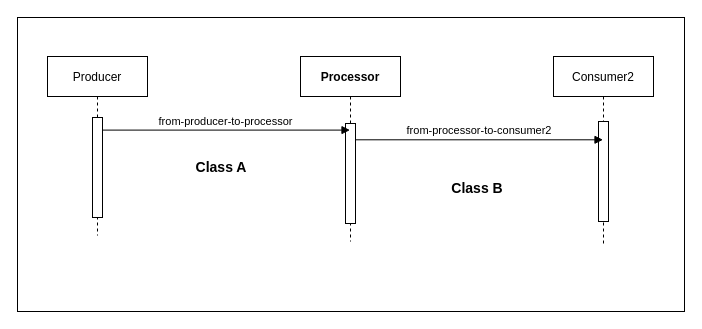
Earlier version of the draw.io diagram Sequence_Diagram.drawio (freedev/quarkus-smallrye-reactive-messaging-example). Source tidied: cells renumbered, new cells numbered last; positions are measured from the earlier drawing's top-left corner, leaving out a move shared by most shapes. Both pictures are drawn from the tidied source at 100%, with x=0, y=0 at pixel (17, 17).
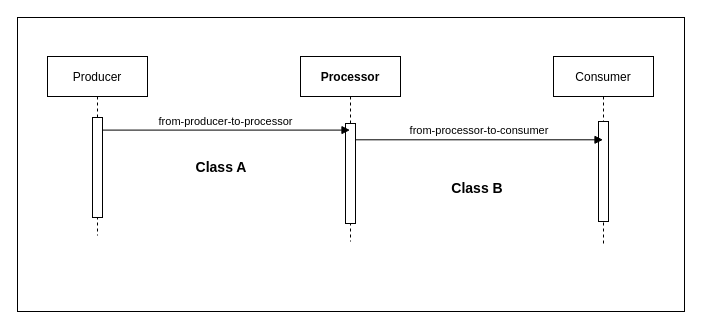
The same page after the edit.

What changed in the source:
```diff
@@
 <mxGraphModel>
   <root>
     <mxCell id="0" />
     <mxCell id="1" parent="0" />
     <mxCell id="2" style="rounded=0;whiteSpace=wrap;html=1;" parent="1" vertex="1">
       <mxGeometry width="667" height="294" as="geometry" />
     </mxCell>
     <mxCell id="3" value="Producer" style="shape=umlLifeline;perimeter=lifelinePerimeter;rounded=0;shadow=0;strokeWidth=1;fontColor=#000000;fillColor=#FFFFFF;strokeColor=#000000;" parent="1" vertex="1">
       <mxGeometry x="30" y="39" width="100" height="179" as="geometry" />
     </mxCell>
     <mxCell id="4" style="points=[];perimeter=orthogonalPerimeter;rounded=0;shadow=0;strokeWidth=1;" parent="3" vertex="1">
       <mxGeometry x="45" y="61" width="10" height="100" as="geometry" />
     </mxCell>
     <mxCell id="5" value="Processor" style="shape=umlLifeline;perimeter=lifelinePerimeter;rounded=0;shadow=0;strokeWidth=1;fontStyle=1;" parent="1" vertex="1">
       <mxGeometry x="283" y="39" width="100" height="185" as="geometry" />
     </mxCell>
     <mxCell id="6" style="points=[];perimeter=orthogonalPerimeter;rounded=0;shadow=0;strokeWidth=1;" parent="5" vertex="1">
       <mxGeometry x="45" y="67" width="10" height="100" as="geometry" />
     </mxCell>
-    <mxCell id="7" value="Consumer2" style="shape=umlLifeline;perimeter=lifelinePerimeter;rounded=0;shadow=0;strokeWidth=1;fontColor=#000000;fillColor=#FFFFFF;strokeColor=#000000;" parent="1" vertex="1">
+    <mxCell id="7" value="Consumer" style="shape=umlLifeline;perimeter=lifelinePerimeter;rounded=0;shadow=0;strokeWidth=1;fontColor=#000000;fillColor=#FFFFFF;strokeColor=#000000;" parent="1" vertex="1">
       <mxGeometry x="536" y="39" width="100" height="190" as="geometry" />
     </mxCell>
     <mxCell id="8" style="perimeter=orthogonalPerimeter;rounded=0;shadow=0;strokeWidth=1;" parent="7" vertex="1">
       <mxGeometry x="45" y="65" width="10" height="100" as="geometry" />
     </mxCell>
-    <mxCell id="9" value="from-processor-to-consumer2" style="verticalAlign=bottom;endArrow=block;shadow=0;strokeWidth=1;exitX=1;exitY=0.163;exitDx=0;exitDy=0;exitPerimeter=0;" parent="1" edge="1" source="6" target="7">
+    <mxCell id="9" value="from-processor-to-consumer" style="verticalAlign=bottom;endArrow=block;shadow=0;strokeWidth=1;exitX=1;exitY=0.163;exitDx=0;exitDy=0;exitPerimeter=0;" parent="1" edge="1" source="6" target="7">
       <mxGeometry relative="1" as="geometry" />
     </mxCell>
     <mxCell id="10" value="&lt;b&gt;Class A&lt;/b&gt;" style="text;html=1;strokeColor=none;fillColor=none;align=center;verticalAlign=middle;whiteSpace=wrap;rounded=0;fontSize=14;" parent="1" vertex="1">
       <mxGeometry x="174" y="135" width="60" height="30" as="geometry" />
     </mxCell>
     <mxCell id="11" value="&lt;b&gt;Class B&lt;/b&gt;" style="text;html=1;strokeColor=none;fillColor=none;align=center;verticalAlign=middle;whiteSpace=wrap;rounded=0;fontSize=14;" parent="1" vertex="1">
       <mxGeometry x="430" y="156" width="60" height="30" as="geometry" />
     </mxCell>
     <mxCell id="12" value="from-producer-to-processor" style="verticalAlign=bottom;endArrow=block;shadow=0;strokeWidth=1;fillColor=#FFFFFF;exitX=0.95;exitY=0.126;exitDx=0;exitDy=0;exitPerimeter=0;" parent="1" edge="1" source="4" target="5">
       <mxGeometry relative="1" as="geometry" />
     </mxCell>
   </root>
 </mxGraphModel>
```
